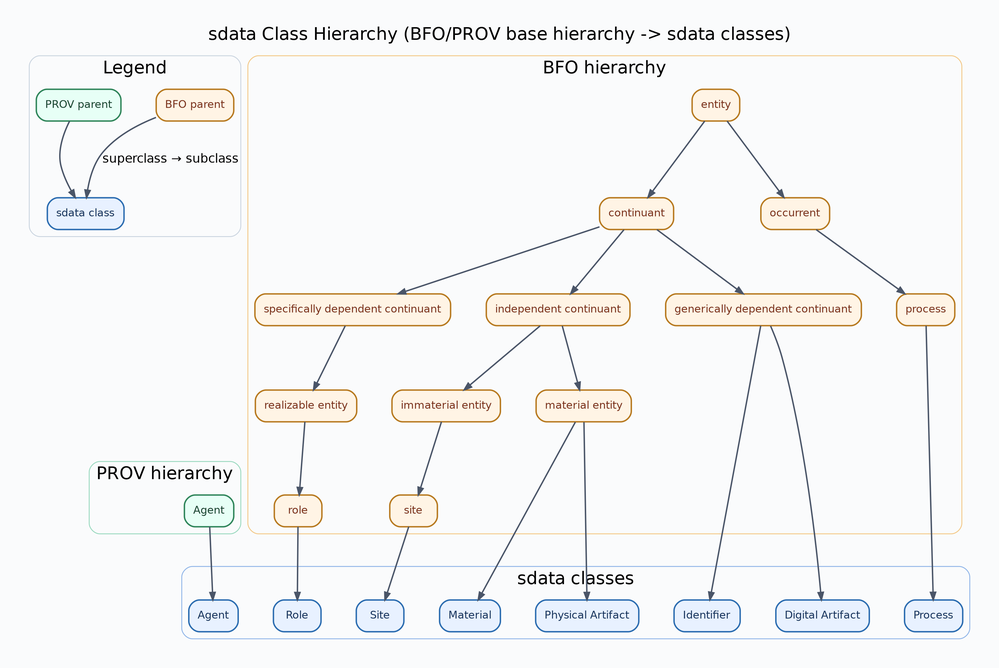
This is docs/diagrams/sdata-class-hierarchy.png from lepy/sdata-ontology, a Graphviz export, as it was before one commit. Its source is kept beside it as docs/diagrams/sdata-class-hierarchy.dot.
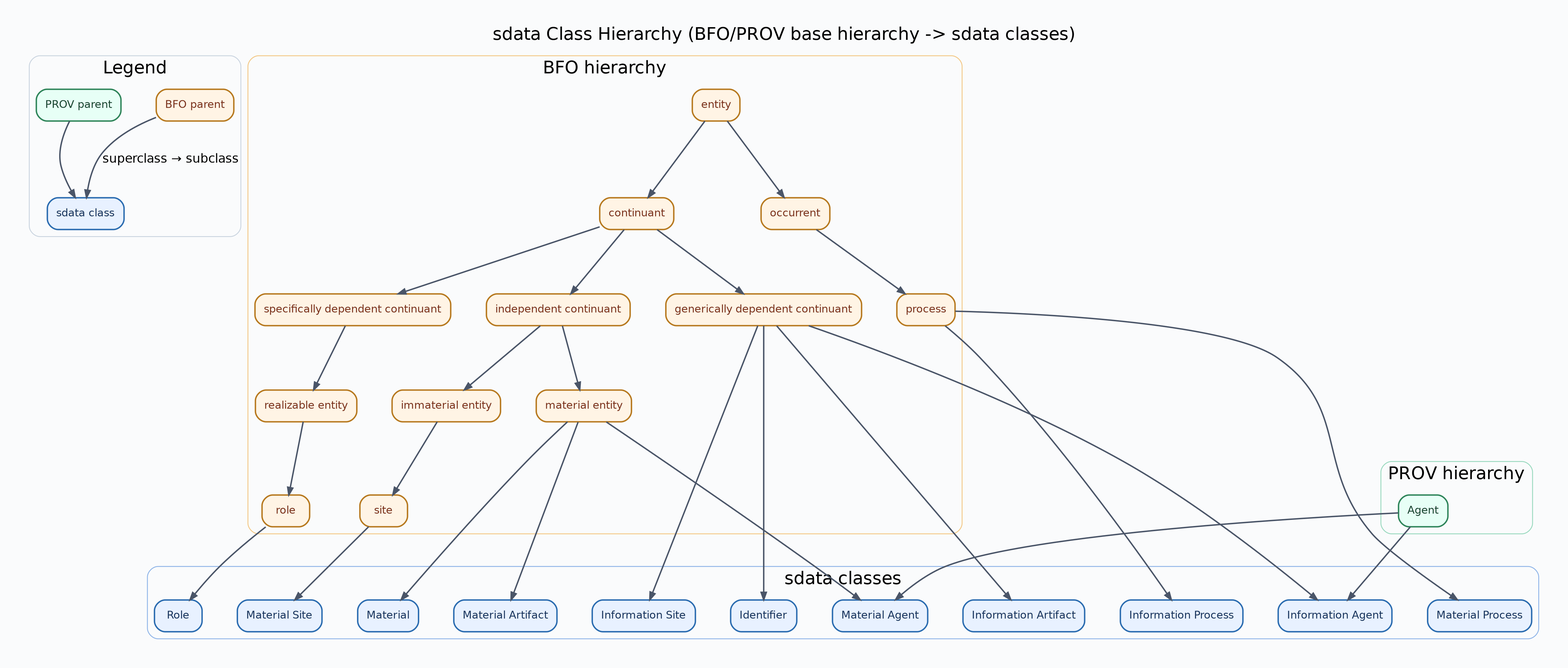
The same file after the commit.

What changed in the source:
```diff
@@ -45,15 +45,55 @@
 			label="PROV parent"];
 		legend_prov -> legend_sdata;
 	}
-	subgraph cluster_prov_context {
-		graph [color="#9AD9BF",
-			label="PROV hierarchy",
+	subgraph cluster_sdata {
+		graph [color="#90B5E8",
+			label="sdata classes",
 			style=rounded
 		];
-		"http://www.w3.org/ns/prov#Agent"	[color="#2F855A",
-			fillcolor="#E7FFF6",
-			fontcolor="#1C4532",
-			label=Agent];
+		"https://w3id.org/sdata/core#Identifier"	[color="#2B6CB0",
+			fillcolor="#E8F1FF",
+			fontcolor="#1A365D",
+			label=Identifier];
+		"https://w3id.org/sdata/core#InformationAgent"	[color="#2B6CB0",
+			fillcolor="#E8F1FF",
+			fontcolor="#1A365D",
+			label="Information Agent"];
+		"https://w3id.org/sdata/core#InformationArtifact"	[color="#2B6CB0",
+			fillcolor="#E8F1FF",
+			fontcolor="#1A365D",
+			label="Information Artifact"];
+		"https://w3id.org/sdata/core#InformationProcess"	[color="#2B6CB0",
+			fillcolor="#E8F1FF",
+			fontcolor="#1A365D",
+			label="Information Process"];
+		"https://w3id.org/sdata/core#InformationSite"	[color="#2B6CB0",
+			fillcolor="#E8F1FF",
+			fontcolor="#1A365D",
+			label="Information Site"];
+		"https://w3id.org/sdata/core#Material"	[color="#2B6CB0",
+			fillcolor="#E8F1FF",
+			fontcolor="#1A365D",
+			label=Material];
+		"https://w3id.org/sdata/core#MaterialAgent"	[color="#2B6CB0",
+			fillcolor="#E8F1FF",
+			fontcolor="#1A365D",
+			label="Material Agent"];
+		"https://w3id.org/sdata/core#MaterialArtifact"	[color="#2B6CB0",
+			fillcolor="#E8F1FF",
+			fontcolor="#1A365D",
+			label="Material Artifact"];
+		"https://w3id.org/sdata/core#MaterialProcess"	[color="#2B6CB0",
+			fillcolor="#E8F1FF",
+			fontcolor="#1A365D",
+			label="Material Process"];
+		"https://w3id.org/sdata/core#MaterialSite"	[color="#2B6CB0",
+			fillcolor="#E8F1FF",
+			fontcolor="#1A365D",
+			label="Material Site"];
+		"https://w3id.org/sdata/core#Role"	[color="#2B6CB0",
+			fillcolor="#E8F1FF",
+			fontcolor="#1A365D",
+			label=Role];
 	}
 	subgraph cluster_bfo_context {
 		graph [color="#F3C887",
@@ -109,43 +149,15 @@
 			fontcolor="#7B341E",
 			label="immaterial entity"];
 	}
-	subgraph cluster_sdata {
-		graph [color="#90B5E8",
-			label="sdata classes",
+	subgraph cluster_prov_context {
+		graph [color="#9AD9BF",
+			label="PROV hierarchy",
 			style=rounded
 		];
-		"https://w3id.org/sdata/core#Agent"	[color="#2B6CB0",
-			fillcolor="#E8F1FF",
-			fontcolor="#1A365D",
+		"http://www.w3.org/ns/prov#Agent"	[color="#2F855A",
+			fillcolor="#E7FFF6",
+			fontcolor="#1C4532",
 			label=Agent];
-		"https://w3id.org/sdata/core#DigitalArtifact"	[color="#2B6CB0",
-			fillcolor="#E8F1FF",
-			fontcolor="#1A365D",
-			label="Digital Artifact"];
-		"https://w3id.org/sdata/core#Identifier"	[color="#2B6CB0",
-			fillcolor="#E8F1FF",
-			fontcolor="#1A365D",
-			label=Identifier];
-		"https://w3id.org/sdata/core#Material"	[color="#2B6CB0",
-			fillcolor="#E8F1FF",
-			fontcolor="#1A365D",
-			label=Material];
-		"https://w3id.org/sdata/core#PhysicalArtifact"	[color="#2B6CB0",
-			fillcolor="#E8F1FF",
-			fontcolor="#1A365D",
-			label="Physical Artifact"];
-		"https://w3id.org/sdata/core#Process"	[color="#2B6CB0",
-			fillcolor="#E8F1FF",
-			fontcolor="#1A365D",
-			label=Process];
-		"https://w3id.org/sdata/core#Role"	[color="#2B6CB0",
-			fillcolor="#E8F1FF",
-			fontcolor="#1A365D",
-			label=Role];
-		"https://w3id.org/sdata/core#Site"	[color="#2B6CB0",
-			fillcolor="#E8F1FF",
-			fontcolor="#1A365D",
-			label=Site];
 	}
 	"http://purl.obolibrary.org/obo/BFO_0000001" -> "http://purl.obolibrary.org/obo/BFO_0000002";
 	"http://purl.obolibrary.org/obo/BFO_0000001" -> "http://purl.obolibrary.org/obo/BFO_0000003";
@@ -155,15 +167,20 @@
 	"http://purl.obolibrary.org/obo/BFO_0000003" -> "http://purl.obolibrary.org/obo/BFO_0000015";
 	"http://purl.obolibrary.org/obo/BFO_0000004" -> "http://purl.obolibrary.org/obo/BFO_0000040";
 	"http://purl.obolibrary.org/obo/BFO_0000004" -> "http://purl.obolibrary.org/obo/BFO_0000141";
-	"http://purl.obolibrary.org/obo/BFO_0000015" -> "https://w3id.org/sdata/core#Process";
+	"http://purl.obolibrary.org/obo/BFO_0000015" -> "https://w3id.org/sdata/core#InformationProcess";
+	"http://purl.obolibrary.org/obo/BFO_0000015" -> "https://w3id.org/sdata/core#MaterialProcess";
 	"http://purl.obolibrary.org/obo/BFO_0000017" -> "http://purl.obolibrary.org/obo/BFO_0000023";
 	"http://purl.obolibrary.org/obo/BFO_0000020" -> "http://purl.obolibrary.org/obo/BFO_0000017";
 	"http://purl.obolibrary.org/obo/BFO_0000023" -> "https://w3id.org/sdata/core#Role";
-	"http://purl.obolibrary.org/obo/BFO_0000029" -> "https://w3id.org/sdata/core#Site";
-	"http://purl.obolibrary.org/obo/BFO_0000031" -> "https://w3id.org/sdata/core#DigitalArtifact";
+	"http://purl.obolibrary.org/obo/BFO_0000029" -> "https://w3id.org/sdata/core#MaterialSite";
 	"http://purl.obolibrary.org/obo/BFO_0000031" -> "https://w3id.org/sdata/core#Identifier";
+	"http://purl.obolibrary.org/obo/BFO_0000031" -> "https://w3id.org/sdata/core#InformationAgent";
+	"http://purl.obolibrary.org/obo/BFO_0000031" -> "https://w3id.org/sdata/core#InformationArtifact";
+	"http://purl.obolibrary.org/obo/BFO_0000031" -> "https://w3id.org/sdata/core#InformationSite";
 	"http://purl.obolibrary.org/obo/BFO_0000040" -> "https://w3id.org/sdata/core#Material";
-	"http://purl.obolibrary.org/obo/BFO_0000040" -> "https://w3id.org/sdata/core#PhysicalArtifact";
+	"http://purl.obolibrary.org/obo/BFO_0000040" -> "https://w3id.org/sdata/core#MaterialAgent";
+	"http://purl.obolibrary.org/obo/BFO_0000040" -> "https://w3id.org/sdata/core#MaterialArtifact";
 	"http://purl.obolibrary.org/obo/BFO_0000141" -> "http://purl.obolibrary.org/obo/BFO_0000029";
-	"http://www.w3.org/ns/prov#Agent" -> "https://w3id.org/sdata/core#Agent";
+	"http://www.w3.org/ns/prov#Agent" -> "https://w3id.org/sdata/core#InformationAgent";
+	"http://www.w3.org/ns/prov#Agent" -> "https://w3id.org/sdata/core#MaterialAgent";
 }
```
